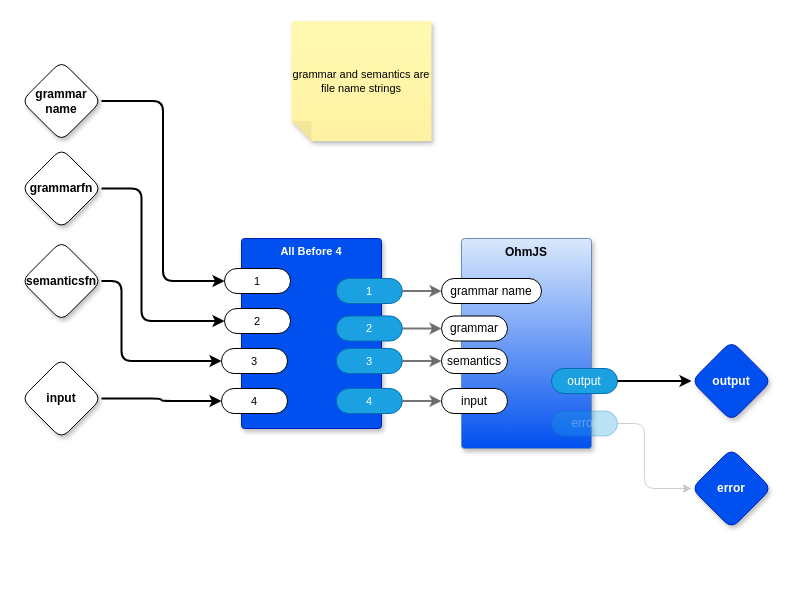
Before: page "Ohm (using file names)" (3 of 5) of src/demo_abcjs.drawio in guitarvydas/0dproto, a draw.io diagram. Source tidied: cells renumbered, new cells numbered last; positions are measured from the earlier drawing's top-left corner, leaving out a move shared by most shapes. Both pictures are drawn from the tidied source at 100%, with x=0, y=0 at pixel (21, 20).
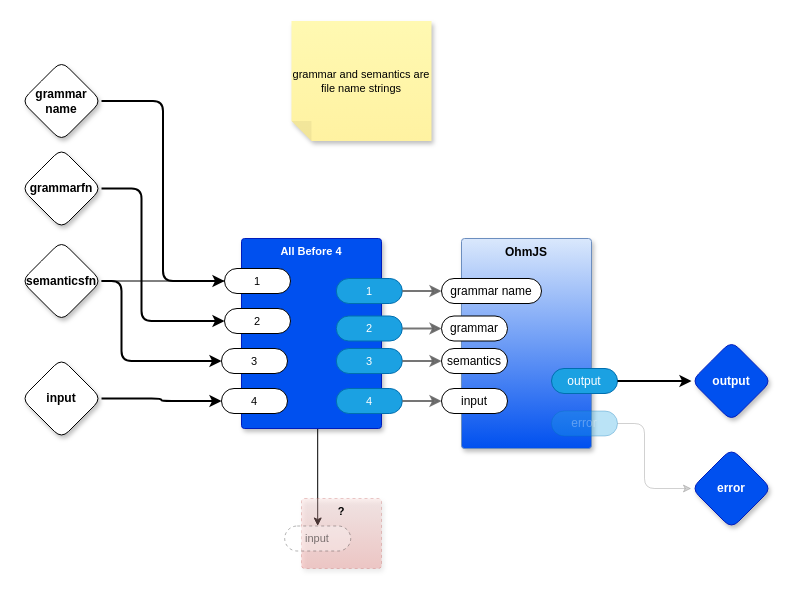
Above is the later version.

Unchanged cells that the change refers to:
```xml
<mxCell id="11" value="semanticsfn" style="rhombus;whiteSpace=wrap;html=1;rounded=1;fontStyle=1;glass=0;sketch=0;fontSize=12;points=[[0,0.5,0,0,0],[0.5,0,0,0,0],[0.5,1,0,0,0],[1,0.5,0,0,0]];shadow=1;fontFamily=Helvetica;fontColor=default;" parent="1" vertex="1">
  <mxGeometry y="220.5" width="80" height="80" as="geometry" />
</mxCell>
```

The edit, as a diff of the source:
```diff
@@
+    <mxCell id="35" style="edgeStyle=orthogonalEdgeStyle;rounded=0;jettySize=auto;html=1;exitX=1;exitY=0.5;exitDx=0;exitDy=0;exitPerimeter=0;" parent="1" edge="1" source="11" target="37">
+      <mxGeometry relative="1" as="geometry" />
+    </mxCell>
@@
+    <mxCell id="36" value="?" style="rounded=1;whiteSpace=wrap;html=1;sketch=0;verticalAlign=top;arcSize=6;fontStyle=1;absoluteArcSize=1;shadow=1;strokeColor=#b85450;fillColor=#f8cecc;fontFamily=Helvetica;fontSize=11;dashed=1;opacity=30;gradientColor=#ea6b66;" parent="1" vertex="1">
+      <mxGeometry x="280" y="478" width="80" height="70" as="geometry" />
+    </mxCell>
+    <mxCell id="37" value="input" style="rounded=1;whiteSpace=wrap;html=1;sketch=0;points=[[0,0.5,0,0,0],[1,0.5,0,0,0]];arcSize=50;fontFamily=Helvetica;fontSize=11;fontColor=default;dashed=1;textOpacity=50;opacity=30;" parent="36" vertex="1">
+      <mxGeometry x="-16.8" y="27.5" width="66" height="25" as="geometry" />
+    </mxCell>
```
